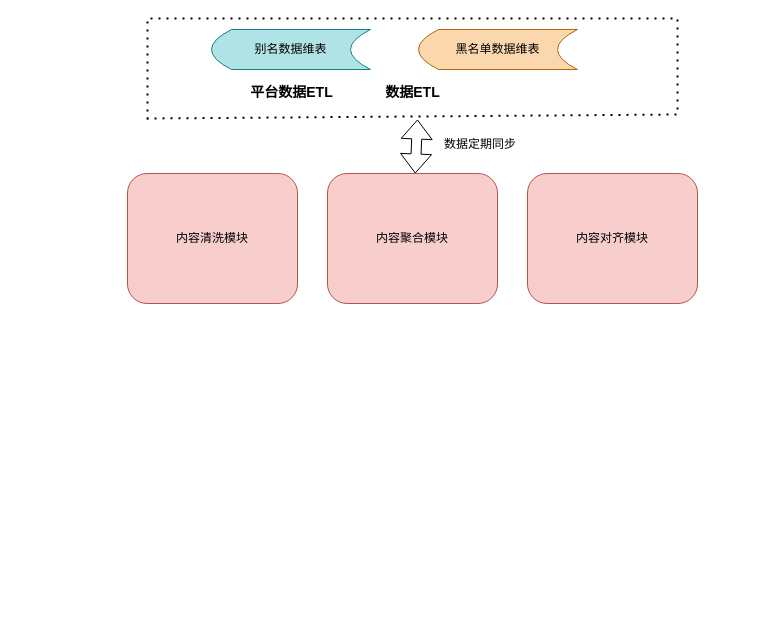
Before: 数据对齐拉平.drawio in Luoxun1989/work-graph, a draw.io diagram. Source tidied: cells renumbered, new cells numbered last; positions are measured from the earlier drawing's top-left corner, leaving out a move shared by most shapes. Both pictures are drawn from the tidied source at 100%, with x=0, y=0 at pixel (127, 18).
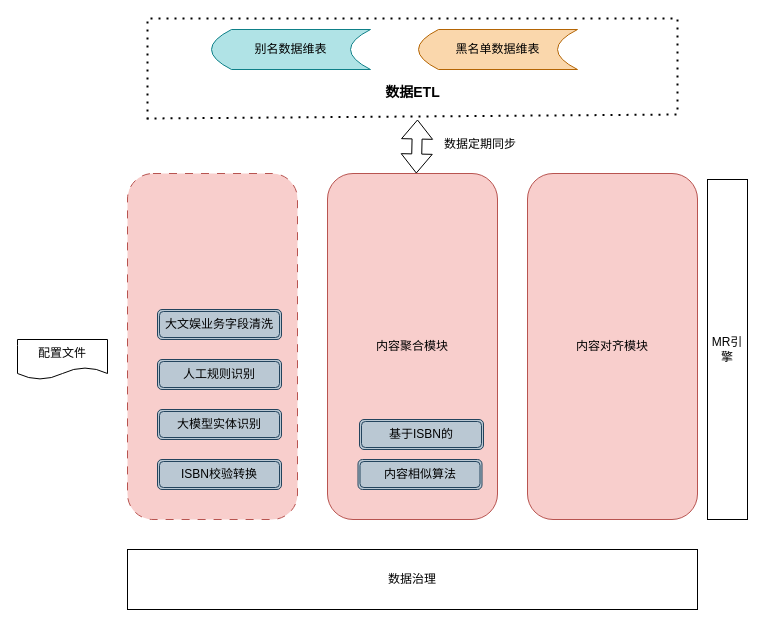
The same diagram, later.

Commit message (it also covers changes not shown here):
更新数据对齐拉平.drawio

Change to the diagram source:
```diff
@@
-    <mxCell id="2" value="内容清洗模块" style="rounded=1;whiteSpace=wrap;html=1;fillColor=#f8cecc;strokeColor=#b85450;" parent="1" vertex="1">
-      <mxGeometry y="155" width="170" height="130" as="geometry" />
+    <mxCell id="2" style="rounded=1;whiteSpace=wrap;html=1;fillColor=#f8cecc;strokeColor=#b85450;dashed=1;dashPattern=8 8;align=right;" parent="1" vertex="1">
+      <mxGeometry y="155" width="170" height="346" as="geometry" />
     </mxCell>
     <mxCell id="3" value="内容聚合模块" style="rounded=1;whiteSpace=wrap;html=1;fillColor=#f8cecc;strokeColor=#b85450;" parent="1" vertex="1">
-      <mxGeometry x="200" y="155" width="170" height="130" as="geometry" />
+      <mxGeometry x="200" y="155" width="170" height="346" as="geometry" />
     </mxCell>
     <mxCell id="4" value="内容对齐模块" style="rounded=1;whiteSpace=wrap;html=1;fillColor=#f8cecc;strokeColor=#b85450;" parent="1" vertex="1">
-      <mxGeometry x="400" y="155" width="170" height="130" as="geometry" />
+      <mxGeometry x="400" y="155" width="170" height="346" as="geometry" />
     </mxCell>
@@
-    <mxCell id="7" value="&lt;font style=&quot;font-size: 14px;&quot;&gt;平台数据ETL&lt;/font&gt;" style="text;strokeColor=none;fillColor=none;html=1;fontSize=24;fontStyle=1;verticalAlign=middle;align=center;" parent="1" vertex="1">
-      <mxGeometry x="109" y="61" width="109" height="20" as="geometry" />
-    </mxCell>
@@
+    <mxCell id="13" value="配置文件" style="shape=document;whiteSpace=wrap;html=1;boundedLbl=1;" parent="1" vertex="1">
+      <mxGeometry x="-110" y="321" width="90" height="40" as="geometry" />
+    </mxCell>
+    <mxCell id="14" value="ISBN校验转换" style="shape=ext;double=1;rounded=1;whiteSpace=wrap;html=1;fillColor=#bac8d3;strokeColor=#23445d;glass=0;shadow=0;" parent="1" vertex="1">
+      <mxGeometry x="30" y="441" width="124" height="30" as="geometry" />
+    </mxCell>
+    <mxCell id="15" value="内容相似算法" style="shape=ext;double=1;rounded=1;whiteSpace=wrap;html=1;fillColor=#bac8d3;strokeColor=#23445d;glass=0;shadow=0;" parent="1" vertex="1">
+      <mxGeometry x="230.5" y="441" width="124" height="30" as="geometry" />
+    </mxCell>
+    <mxCell id="16" value="大模型实体识别" style="shape=ext;double=1;rounded=1;whiteSpace=wrap;html=1;fillColor=#bac8d3;strokeColor=#23445d;glass=0;shadow=0;" parent="1" vertex="1">
+      <mxGeometry x="30" y="391" width="124" height="30" as="geometry" />
+    </mxCell>
+    <mxCell id="17" value="人工规则识别" style="shape=ext;double=1;rounded=1;whiteSpace=wrap;html=1;fillColor=#bac8d3;strokeColor=#23445d;glass=0;shadow=0;" parent="1" vertex="1">
+      <mxGeometry x="30" y="341" width="124" height="30" as="geometry" />
+    </mxCell>
+    <mxCell id="18" value="大文娱业务字段清洗" style="shape=ext;double=1;rounded=1;whiteSpace=wrap;html=1;fillColor=#bac8d3;strokeColor=#23445d;glass=0;shadow=0;" parent="1" vertex="1">
+      <mxGeometry x="30" y="291" width="124" height="30" as="geometry" />
+    </mxCell>
+    <mxCell id="19" value="数据治理" style="rounded=0;whiteSpace=wrap;html=1;" parent="1" vertex="1">
+      <mxGeometry y="531" width="570" height="60" as="geometry" />
+    </mxCell>
+    <mxCell id="20" value="MR引擎" style="rounded=0;whiteSpace=wrap;html=1;" parent="1" vertex="1">
+      <mxGeometry x="580" y="161" width="40" height="340" as="geometry" />
+    </mxCell>
+    <mxCell id="21" value="基于ISBN的" style="shape=ext;double=1;rounded=1;whiteSpace=wrap;html=1;fillColor=#bac8d3;strokeColor=#23445d;glass=0;shadow=0;" parent="1" vertex="1">
+      <mxGeometry x="232" y="401" width="124" height="30" as="geometry" />
+    </mxCell>
```
